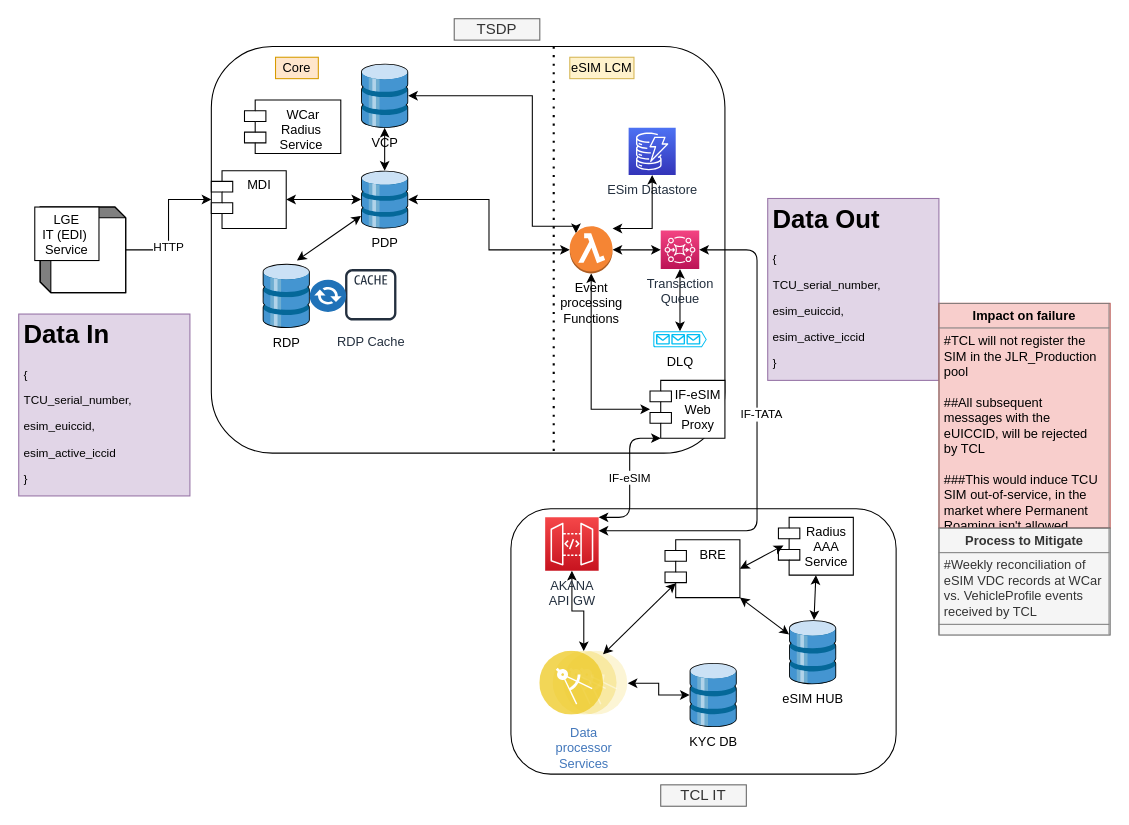
The draw.io diagram page "TCU Registration" (2 of 12) of src/main/resources/VDC_eSIM_dataflow_WC_TCL.drawio in subhachat/CodeKata, before the edit. Source tidied: cells renumbered, new cells numbered last; positions are measured from the earlier drawing's top-left corner, leaving out a move shared by most shapes. Both pictures are drawn from the tidied source at 107%, with x=0, y=0 at pixel (18, 18).
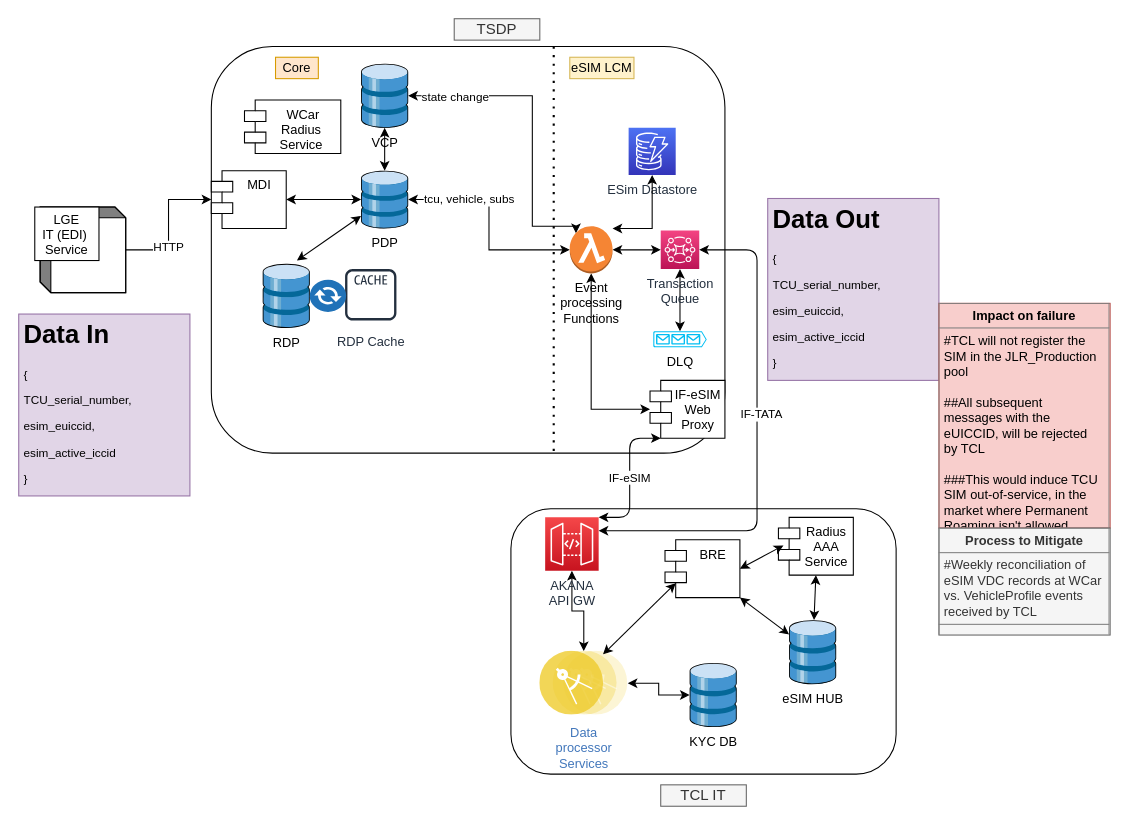
After the change.

The change refers to these unchanged cells:
```xml
<mxCell id="15" style="edgeStyle=orthogonalEdgeStyle;rounded=0;jettySize=auto;html=1;entryX=0;entryY=0.5;entryDx=0;entryDy=0;entryPerimeter=0;startArrow=classic;startFill=1;" parent="1" edge="1" source="16" target="28">
  <mxGeometry relative="1" as="geometry" />
</mxCell>
<mxCell id="18" style="edgeStyle=orthogonalEdgeStyle;rounded=0;jettySize=auto;html=1;entryX=0.145;entryY=0.145;entryDx=0;entryDy=0;entryPerimeter=0;startArrow=classic;startFill=1;" parent="1" edge="1" source="19" target="28">
  <mxGeometry relative="1" as="geometry">
    <Array as="points">
      <mxPoint x="480" y="72" />
      <mxPoint x="480" y="194" />
      <mxPoint x="521" y="194" />
    </Array>
  </mxGeometry>
</mxCell>
```

Diff of the diagram source:
```diff
@@
+    <mxCell id="53" value="tcu, vehicle, subs" style="edgeLabel;html=1;align=center;verticalAlign=middle;" parent="15" vertex="1">
+      <mxGeometry x="-0.27" relative="1" as="geometry">
+        <mxPoint x="-16" y="-0.1" as="offset" />
+      </mxGeometry>
+    </mxCell>
@@
+    <mxCell id="54" value="state change" style="edgeLabel;html=1;align=center;verticalAlign=middle;" parent="18" vertex="1">
+      <mxGeometry x="-0.78" relative="1" as="geometry">
+        <mxPoint x="12.3" as="offset" />
+      </mxGeometry>
+    </mxCell>
```
